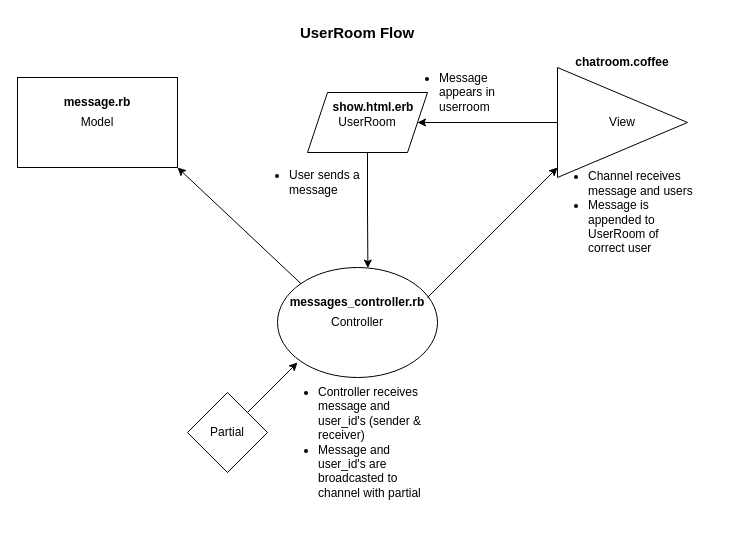
Earlier version of the draw.io diagram Untitled Diagram.drawio (JamesGabby/rails-chat). Source tidied: cells renumbered, new cells numbered last; positions are measured from the earlier drawing's top-left corner, leaving out a move shared by most shapes. Both pictures are drawn from the tidied source at 100%, with x=0, y=0 at pixel (17, 17).
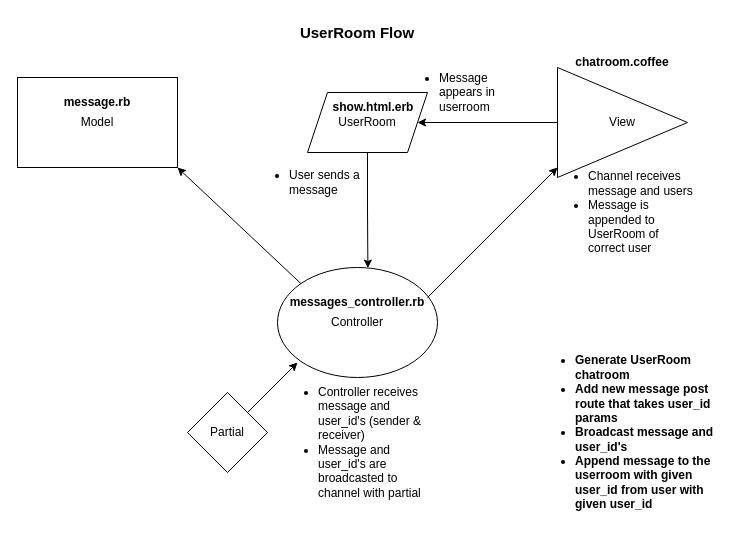
Above is the later version.

The edit, as a diff of the source:
```diff
@@
+    <mxCell id="21" value="&lt;ul&gt;&lt;li&gt;&lt;b&gt;Generate UserRoom chatroom&lt;/b&gt;&lt;/li&gt;&lt;li&gt;&lt;b&gt;Add new message post route that takes user_id params&lt;/b&gt;&lt;/li&gt;&lt;li&gt;&lt;b&gt;Broadcast message and user_id's&lt;/b&gt;&lt;/li&gt;&lt;li&gt;&lt;b&gt;Append message to the userroom with given user_id from user with given user_id&lt;/b&gt;&lt;/li&gt;&lt;/ul&gt;" style="text;html=1;strokeColor=none;fillColor=none;align=left;verticalAlign=middle;whiteSpace=wrap;rounded=0;" parent="1" vertex="1">
+      <mxGeometry x="516" y="345" width="196" height="140" as="geometry" />
+    </mxCell>
```
